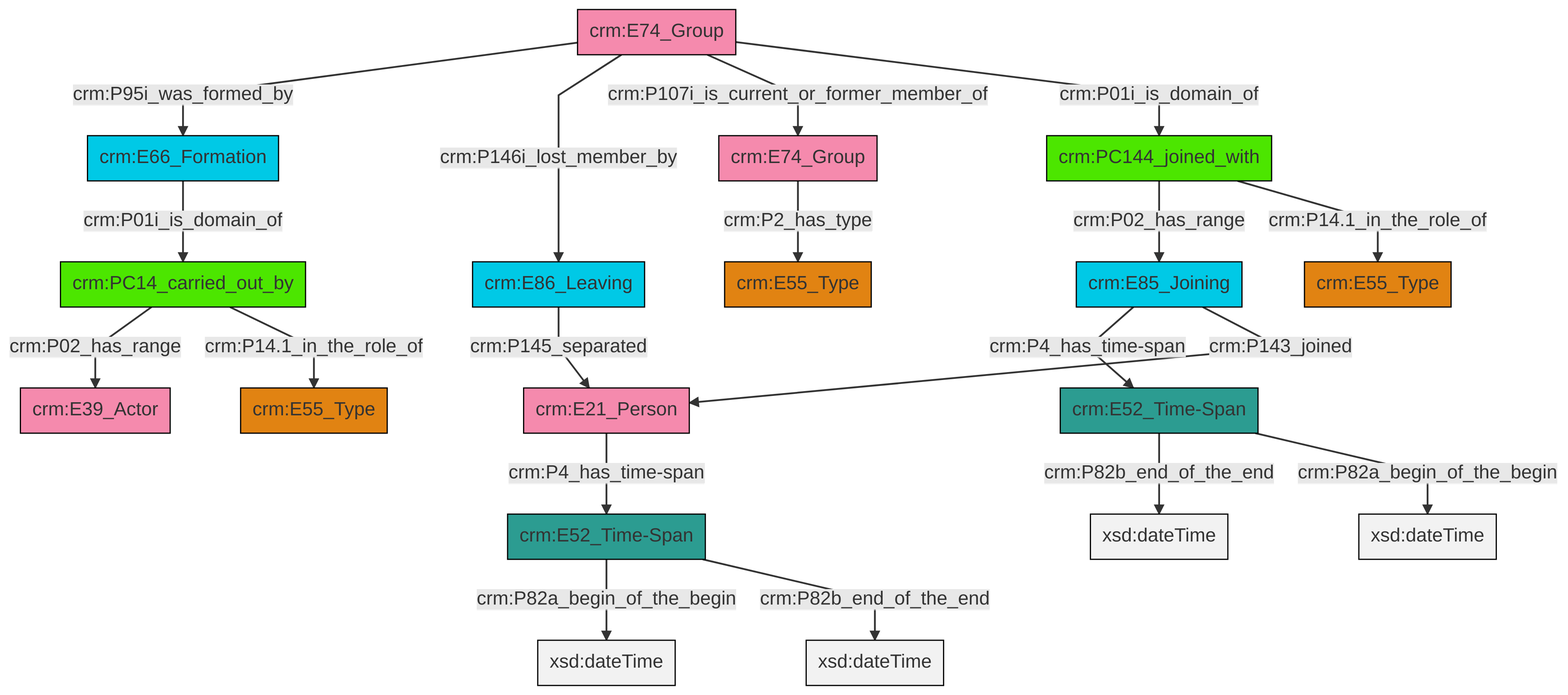
Before: et/groupCSV/ttl/mmd/png/group_actor_relations.png, a diagram exported from Mermaid (swiss-art-research-net/docs.swissartresearch). Its source is kept beside it as et/groupCSV/ttl/mmd/group_actor_relations.ttl.mmd.
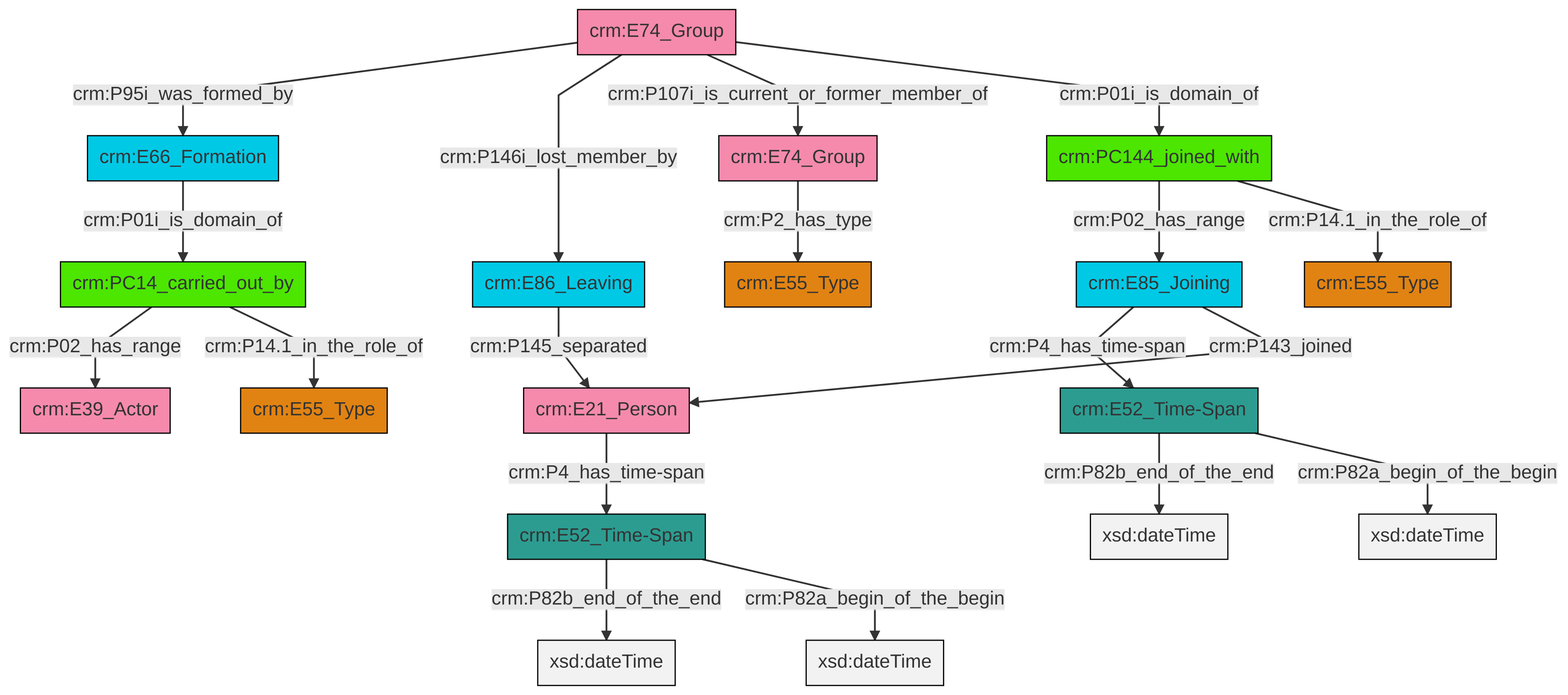
After the change.

The edit, as a diff of the source:
```diff
@@ -13,21 +13,21 @@
 classDef PC_Classes fill:#4ce600, stroke:#000000;
 classDef Multi fill:#cccccc,stroke:#000000;
 
-0["crm:E74_Group"]:::Actor -->|crm:P95i_was_formed_by| 1["crm:E66_Formation"]:::Temporal_Entity
-4["crm:E21_Person"]:::Actor -->|crm:P4_has_time-span| 2["crm:E52_Time-Span"]:::Time-Span
-5["crm:E85_Joining"]:::Temporal_Entity -->|crm:P4_has_time-span| 6["crm:E52_Time-Span"]:::Time-Span
-8["crm:E74_Group"]:::Actor -->|crm:P2_has_type| 9["crm:E55_Type"]:::Type
-2["crm:E52_Time-Span"]:::Time-Span -->|crm:P82a_begin_of_the_begin| 10[xsd:dateTime]:::Literal
-6["crm:E52_Time-Span"]:::Time-Span -->|crm:P82b_end_of_the_end| 13[xsd:dateTime]:::Literal
-15["crm:PC144_joined_with"]:::PC_Classes -->|crm:P02_has_range| 5["crm:E85_Joining"]:::Temporal_Entity
-0["crm:E74_Group"]:::Actor -->|crm:P146i_lost_member_by| 11["crm:E86_Leaving"]:::Temporal_Entity
-5["crm:E85_Joining"]:::Temporal_Entity -->|crm:P143_joined| 4["crm:E21_Person"]:::Actor
-26["crm:PC14_carried_out_by"]:::PC_Classes -->|crm:P02_has_range| 17["crm:E39_Actor"]:::Actor
-0["crm:E74_Group"]:::Actor -->|crm:P107i_is_current_or_former_member_of| 8["crm:E74_Group"]:::Actor
-2["crm:E52_Time-Span"]:::Time-Span -->|crm:P82b_end_of_the_end| 31[xsd:dateTime]:::Literal
-1["crm:E66_Formation"]:::Temporal_Entity -->|crm:P01i_is_domain_of| 26["crm:PC14_carried_out_by"]:::PC_Classes
-0["crm:E74_Group"]:::Actor -->|crm:P01i_is_domain_of| 15["crm:PC144_joined_with"]:::PC_Classes
-26["crm:PC14_carried_out_by"]:::PC_Classes -->|crm:P14.1_in_the_role_of| 19["crm:E55_Type"]:::Type
-11["crm:E86_Leaving"]:::Temporal_Entity -->|crm:P145_separated| 4["crm:E21_Person"]:::Actor
-15["crm:PC144_joined_with"]:::PC_Classes -->|crm:P14.1_in_the_role_of| 29["crm:E55_Type"]:::Type
-6["crm:E52_Time-Span"]:::Time-Span -->|crm:P82a_begin_of_the_begin| 34[xsd:dateTime]:::Literal
+0["crm:E66_Formation"]:::Temporal_Entity -->|crm:P01i_is_domain_of| 1["crm:PC14_carried_out_by"]:::PC_Classes
+2["crm:E74_Group"]:::Actor -->|crm:P95i_was_formed_by| 0["crm:E66_Formation"]:::Temporal_Entity
+3["crm:PC144_joined_with"]:::PC_Classes -->|crm:P02_has_range| 4["crm:E85_Joining"]:::Temporal_Entity
+1["crm:PC14_carried_out_by"]:::PC_Classes -->|crm:P02_has_range| 5["crm:E39_Actor"]:::Actor
+2["crm:E74_Group"]:::Actor -->|crm:P146i_lost_member_by| 7["crm:E86_Leaving"]:::Temporal_Entity
+12["crm:E52_Time-Span"]:::Time-Span -->|crm:P82b_end_of_the_end| 13[xsd:dateTime]:::Literal
+7["crm:E86_Leaving"]:::Temporal_Entity -->|crm:P145_separated| 16["crm:E21_Person"]:::Actor
+3["crm:PC144_joined_with"]:::PC_Classes -->|crm:P14.1_in_the_role_of| 14["crm:E55_Type"]:::Type
+4["crm:E85_Joining"]:::Temporal_Entity -->|crm:P4_has_time-span| 17["crm:E52_Time-Span"]:::Time-Span
+1["crm:PC14_carried_out_by"]:::PC_Classes -->|crm:P14.1_in_the_role_of| 18["crm:E55_Type"]:::Type
+12["crm:E52_Time-Span"]:::Time-Span -->|crm:P82a_begin_of_the_begin| 19[xsd:dateTime]:::Literal
+17["crm:E52_Time-Span"]:::Time-Span -->|crm:P82b_end_of_the_end| 26[xsd:dateTime]:::Literal
+2["crm:E74_Group"]:::Actor -->|crm:P107i_is_current_or_former_member_of| 10["crm:E74_Group"]:::Actor
+10["crm:E74_Group"]:::Actor -->|crm:P2_has_type| 8["crm:E55_Type"]:::Type
+2["crm:E74_Group"]:::Actor -->|crm:P01i_is_domain_of| 3["crm:PC144_joined_with"]:::PC_Classes
+16["crm:E21_Person"]:::Actor -->|crm:P4_has_time-span| 12["crm:E52_Time-Span"]:::Time-Span
+17["crm:E52_Time-Span"]:::Time-Span -->|crm:P82a_begin_of_the_begin| 30[xsd:dateTime]:::Literal
+4["crm:E85_Joining"]:::Temporal_Entity -->|crm:P143_joined| 16["crm:E21_Person"]:::Actor
```
